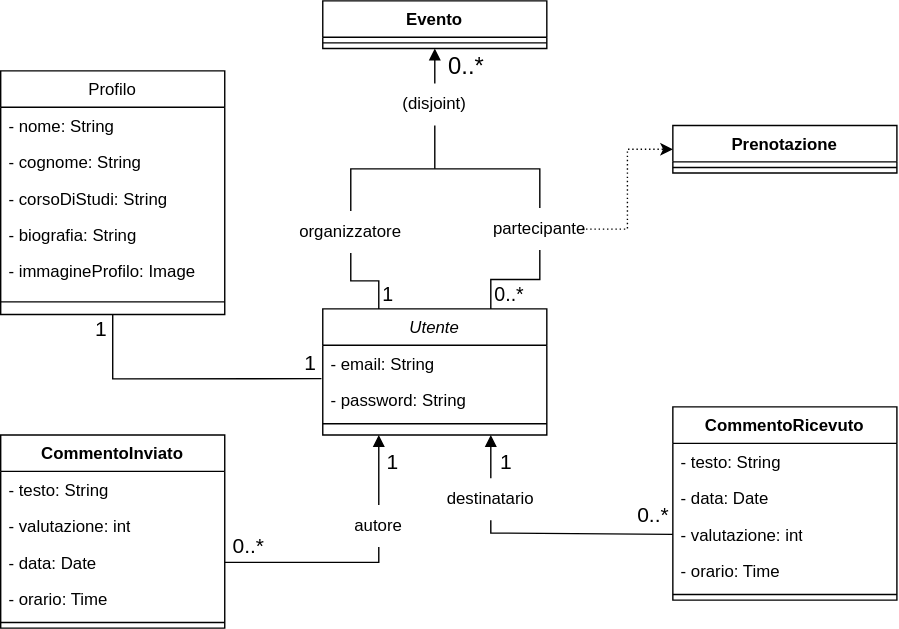
The draw.io diagram ModelliDominioDrawio/Utente.svg in federicoporpora/studyLink, before a commit. Source tidied: cells renumbered, new cells last; positions are measured from the earlier drawing's top-left corner, leaving out a move shared by most shapes.
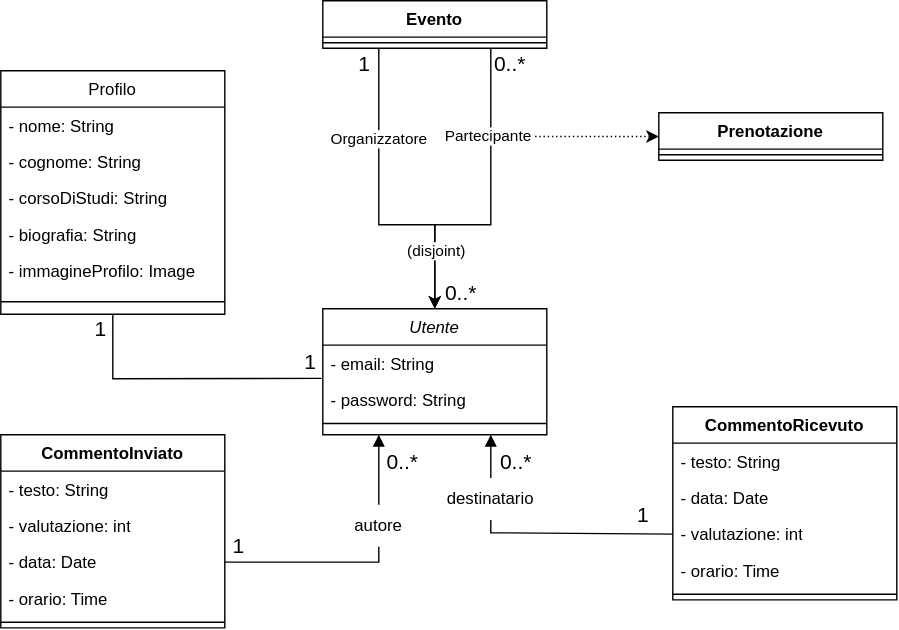
The same diagram one commit later.

Commit message:
aggiunta tutti drawio 1,0

The edit, as a diff of the source:
```diff
@@ -56,13 +56,13 @@
     <mxCell id="16" style="endArrow=block;endFill=1;html=1;edgeStyle=orthogonalEdgeStyle;align=left;verticalAlign=top;rounded=0;entryX=0.25;entryY=1;entryDx=0;entryDy=0;" parent="1" edge="1" source="39" target="2">
       <mxGeometry x="-1" relative="1" as="geometry" />
     </mxCell>
-    <mxCell id="17" value="&lt;font style=&quot;font-size: 15px;&quot;&gt;1&lt;/font&gt;" style="edgeLabel;html=1;align=left;verticalAlign=bottom;" parent="1" vertex="1">
+    <mxCell id="17" value="&lt;font style=&quot;font-size: 15px;&quot;&gt;0..*&lt;/font&gt;" style="edgeLabel;html=1;align=left;verticalAlign=bottom;" parent="1" vertex="1">
       <mxGeometry x="274" y="340" as="geometry" />
     </mxCell>
     <mxCell id="18" style="endArrow=block;endFill=1;html=1;edgeStyle=orthogonalEdgeStyle;align=left;verticalAlign=top;rounded=0;exitX=0.5;exitY=0;exitDx=0;exitDy=0;entryX=0.75;entryY=1;entryDx=0;entryDy=0;" parent="1" edge="1" source="36" target="2">
       <mxGeometry x="-1" relative="1" as="geometry" />
     </mxCell>
-    <mxCell id="19" value="1" style="edgeLabel;html=1;align=left;verticalAlign=bottom;fontSize=15;" parent="1" vertex="1">
+    <mxCell id="19" value="0..*" style="edgeLabel;html=1;align=left;verticalAlign=bottom;fontSize=15;" parent="1" vertex="1">
       <mxGeometry x="355" y="340" as="geometry" />
     </mxCell>
     <mxCell id="20" value="Evento" style="swimlane;fontStyle=1;align=center;verticalAlign=top;horizontal=1;startSize=26;whiteSpace=wrap;html=1;" parent="1" vertex="1">
@@ -71,51 +71,17 @@
     <mxCell id="21" style="line;strokeWidth=1;fillColor=none;align=left;verticalAlign=middle;spacingTop=-1;spacingLeft=3;spacingRight=3;labelPosition=right;strokeColor=inherit;" parent="20" vertex="1">
       <mxGeometry y="26" width="160" height="8" as="geometry" />
     </mxCell>
+    <mxCell id="54" style="edgeStyle=orthogonalEdgeStyle;rounded=0;jettySize=auto;html=1;exitX=0;exitY=0.5;exitDx=0;exitDy=0;endArrow=none;endFill=0;startArrow=classic;startFill=1;dashed=1;dashPattern=1 2;" parent="1" edge="1" source="22">
+      <mxGeometry relative="1" as="geometry">
+        <mxPoint x="380" y="97" as="targetPoint" />
+      </mxGeometry>
+    </mxCell>
     <mxCell id="22" value="Prenotazione" style="swimlane;fontStyle=1;align=center;verticalAlign=top;horizontal=1;startSize=26;whiteSpace=wrap;html=1;" parent="1" vertex="1">
-      <mxGeometry x="480" y="89" width="160" height="34" as="geometry" />
+      <mxGeometry x="470" y="80" width="160" height="34" as="geometry" />
     </mxCell>
     <mxCell id="23" style="line;strokeWidth=1;fillColor=none;align=left;verticalAlign=middle;spacingTop=-1;spacingLeft=3;spacingRight=3;labelPosition=right;strokeColor=inherit;" parent="22" vertex="1">
       <mxGeometry y="26" width="160" height="8" as="geometry" />
     </mxCell>
-    <mxCell id="24" style="endArrow=block;endFill=1;html=1;edgeStyle=orthogonalEdgeStyle;align=left;verticalAlign=top;rounded=0;entryX=0.5;entryY=1;entryDx=0;entryDy=0;" parent="1" edge="1" source="41" target="20">
-      <mxGeometry x="-1" relative="1" as="geometry" />
-    </mxCell>
-    <mxCell id="25" value="0..*" style="edgeLabel;html=1;align=left;verticalAlign=bottom;fontSize=17;" parent="1" vertex="1">
-      <mxGeometry x="318" y="59" as="geometry" />
-    </mxCell>
-    <mxCell id="26" style="endArrow=none;endFill=0;html=1;edgeStyle=orthogonalEdgeStyle;align=left;verticalAlign=top;rounded=0;exitX=0.25;exitY=0;exitDx=0;exitDy=0;entryX=0.5;entryY=1;entryDx=0;entryDy=0;" parent="1" edge="1" source="2" target="29">
-      <mxGeometry x="-1" relative="1" as="geometry" />
-    </mxCell>
-    <mxCell id="27" value="1" style="edgeLabel;html=1;align=left;verticalAlign=bottom;fontSize=14;" parent="26" vertex="1">
-      <mxGeometry x="-1" relative="1" as="geometry">
-        <mxPoint x="1" as="offset" />
-      </mxGeometry>
-    </mxCell>
-    <mxCell id="28" style="edgeStyle=orthogonalEdgeStyle;rounded=0;jettySize=auto;html=1;exitX=0.5;exitY=0;exitDx=0;exitDy=0;endArrow=none;endFill=0;entryX=0.5;entryY=0;entryDx=0;entryDy=0;" parent="1" edge="1" source="29" target="33">
-      <mxGeometry relative="1" as="geometry">
-        <Array as="points">
-          <mxPoint x="250" y="120" />
-          <mxPoint x="385" y="120" />
-        </Array>
-      </mxGeometry>
-    </mxCell>
-    <mxCell id="29" value="organizzatore" style="text;html=1;whiteSpace=wrap;strokeColor=none;fillColor=none;align=center;verticalAlign=middle;rounded=0;" parent="1" vertex="1">
-      <mxGeometry x="220" y="150" width="60" height="30" as="geometry" />
-    </mxCell>
-    <mxCell id="30" style="endArrow=none;endFill=0;html=1;edgeStyle=orthogonalEdgeStyle;align=left;verticalAlign=top;rounded=0;exitX=0.75;exitY=0;exitDx=0;exitDy=0;" parent="1" edge="1" source="2" target="33">
-      <mxGeometry x="-1" relative="1" as="geometry" />
-    </mxCell>
-    <mxCell id="31" value="0..*" style="edgeLabel;html=1;align=left;verticalAlign=bottom;fontSize=14;" parent="30" vertex="1">
-      <mxGeometry x="-1" relative="1" as="geometry">
-        <mxPoint x="1" as="offset" />
-      </mxGeometry>
-    </mxCell>
-    <mxCell id="32" style="edgeStyle=orthogonalEdgeStyle;rounded=0;jettySize=auto;html=1;exitX=1;exitY=0.5;exitDx=0;exitDy=0;dashed=1;dashPattern=1 2;entryX=0;entryY=0.5;entryDx=0;entryDy=0;" parent="1" edge="1" source="33" target="22">
-      <mxGeometry relative="1" as="geometry" />
-    </mxCell>
-    <mxCell id="33" value="partecipante" style="text;html=1;whiteSpace=wrap;strokeColor=none;fillColor=none;align=center;verticalAlign=middle;rounded=0;" parent="1" vertex="1">
-      <mxGeometry x="355" y="148" width="60" height="30" as="geometry" />
-    </mxCell>
     <mxCell id="34" style="endArrow=none;endFill=0;html=1;edgeStyle=orthogonalEdgeStyle;align=left;verticalAlign=top;rounded=0;exitX=0;exitY=0.5;exitDx=0;exitDy=0;entryX=0.5;entryY=1;entryDx=0;entryDy=0;" parent="1" edge="1">
       <mxGeometry x="-1" relative="1" as="geometry">
         <mxPoint x="480" y="381" as="sourcePoint" />
@@ -126,7 +92,7 @@
         </Array>
       </mxGeometry>
     </mxCell>
-    <mxCell id="35" value="&lt;font style=&quot;font-size: 15px;&quot;&gt;0..*&lt;/font&gt;" style="edgeLabel;html=1;align=left;verticalAlign=bottom;" parent="34" vertex="1">
+    <mxCell id="35" value="&lt;font style=&quot;font-size: 15px;&quot;&gt;1&lt;/font&gt;" style="edgeLabel;html=1;align=left;verticalAlign=bottom;" parent="34" vertex="1">
       <mxGeometry x="-1" relative="1" as="geometry">
         <mxPoint x="-27" y="-3" as="offset" />
       </mxGeometry>
@@ -137,7 +103,7 @@
     <mxCell id="37" style="endArrow=none;endFill=0;html=1;edgeStyle=orthogonalEdgeStyle;align=left;verticalAlign=top;rounded=0;exitX=1;exitY=0.5;exitDx=0;exitDy=0;entryX=0.5;entryY=1;entryDx=0;entryDy=0;" parent="1" edge="1" source="45" target="39">
       <mxGeometry x="-1" relative="1" as="geometry" />
     </mxCell>
-    <mxCell id="38" value="0..*" style="edgeLabel;html=1;align=left;verticalAlign=bottom;fontSize=15;" parent="37" vertex="1">
+    <mxCell id="38" value="1" style="edgeLabel;html=1;align=left;verticalAlign=bottom;fontSize=15;" parent="37" vertex="1">
       <mxGeometry x="-1" relative="1" as="geometry">
         <mxPoint x="4" y="-1" as="offset" />
       </mxGeometry>
@@ -145,14 +111,6 @@
     <mxCell id="39" value="autore" style="text;html=1;whiteSpace=wrap;strokeColor=none;fillColor=none;align=center;verticalAlign=middle;rounded=0;" parent="1" vertex="1">
       <mxGeometry x="240" y="360" width="60" height="30" as="geometry" />
     </mxCell>
-    <mxCell id="40" style="endArrow=none;endFill=0;html=1;edgeStyle=orthogonalEdgeStyle;align=left;verticalAlign=top;rounded=0;entryX=0.5;entryY=1;entryDx=0;entryDy=0;" parent="1" edge="1" target="41">
-      <mxGeometry x="-1" relative="1" as="geometry">
-        <mxPoint x="310" y="120" as="sourcePoint" />
-      </mxGeometry>
-    </mxCell>
-    <mxCell id="41" value="&lt;div&gt;&lt;span style=&quot;background-color: transparent; color: light-dark(rgb(0, 0, 0), rgb(255, 255, 255));&quot;&gt;(disjoint)&lt;/span&gt;&lt;/div&gt;" style="text;html=1;whiteSpace=wrap;strokeColor=none;fillColor=none;align=center;verticalAlign=middle;rounded=0;" parent="1" vertex="1">
-      <mxGeometry x="280" y="59" width="60" height="30" as="geometry" />
-    </mxCell>
     <mxCell id="42" value="CommentoInviato" style="swimlane;fontStyle=1;align=center;verticalAlign=top;horizontal=1;startSize=26;whiteSpace=wrap;html=1;" parent="1" vertex="1">
       <mxGeometry y="310" width="160" height="138" as="geometry" />
     </mxCell>
@@ -189,5 +147,45 @@
     <mxCell id="53" style="line;strokeWidth=1;fillColor=none;align=left;verticalAlign=middle;spacingTop=-1;spacingLeft=3;spacingRight=3;labelPosition=right;strokeColor=inherit;" parent="48" vertex="1">
       <mxGeometry y="130" width="160" height="8" as="geometry" />
     </mxCell>
+    <mxCell id="55" style="group;" parent="1" vertex="1">
+      <mxGeometry x="310" y="127" width="40" height="93" as="geometry" />
+    </mxCell>
+    <mxCell id="56" style="edgeStyle=orthogonalEdgeStyle;rounded=0;jettySize=auto;html=1;exitX=0.25;exitY=1;exitDx=0;exitDy=0;entryX=0.5;entryY=0;entryDx=0;entryDy=0;" parent="55" edge="1" source="20" target="2">
+      <mxGeometry relative="1" as="geometry">
+        <Array as="points">
+          <mxPoint x="-40" y="33" />
+          <mxPoint y="33" />
+        </Array>
+      </mxGeometry>
+    </mxCell>
+    <mxCell id="57" value="Organizzatore" style="edgeLabel;html=1;align=center;verticalAlign=middle;" parent="56" vertex="1">
+      <mxGeometry x="-0.43" relative="1" as="geometry" />
+    </mxCell>
+    <mxCell id="58" style="edgeStyle=orthogonalEdgeStyle;rounded=0;jettySize=auto;html=1;exitX=0.75;exitY=1;exitDx=0;exitDy=0;" parent="55" edge="1" source="20">
+      <mxGeometry relative="1" as="geometry">
+        <mxPoint y="93" as="targetPoint" />
+        <Array as="points">
+          <mxPoint x="40" y="33" />
+          <mxPoint y="33" />
+        </Array>
+      </mxGeometry>
+    </mxCell>
+    <mxCell id="59" value="Partecipante" style="edgeLabel;html=1;align=center;verticalAlign=middle;" parent="58" vertex="1">
+      <mxGeometry x="-0.44" y="-2" relative="1" as="geometry" />
+    </mxCell>
+    <mxCell id="41" value="(disjoint)" style="edgeLabel;html=1;align=center;verticalAlign=middle;points=[];" parent="58" vertex="1">
+      <mxGeometry x="0.71" y="1" relative="1" as="geometry">
+        <mxPoint y="-9" as="offset" />
+      </mxGeometry>
+    </mxCell>
+    <mxCell id="27" value="&lt;font style=&quot;font-size: 15px;&quot;&gt;1&lt;/font&gt;" style="text;html=1;whiteSpace=wrap;strokeColor=none;fillColor=none;align=center;verticalAlign=middle;rounded=0;" parent="1" vertex="1">
+      <mxGeometry x="230" y="30" width="60" height="30" as="geometry" />
+    </mxCell>
+    <mxCell id="60" value="&lt;font style=&quot;font-size: 15px;&quot;&gt;0..*&lt;/font&gt;" style="text;html=1;whiteSpace=wrap;strokeColor=none;fillColor=none;align=center;verticalAlign=middle;rounded=0;" parent="1" vertex="1">
+      <mxGeometry x="334" y="30" width="60" height="30" as="geometry" />
+    </mxCell>
+    <mxCell id="61" value="&lt;font style=&quot;font-size: 15px;&quot;&gt;0..*&lt;/font&gt;" style="text;html=1;whiteSpace=wrap;strokeColor=none;fillColor=none;align=center;verticalAlign=middle;rounded=0;" parent="1" vertex="1">
+      <mxGeometry x="299" y="193" width="60" height="30" as="geometry" />
+    </mxCell>
   </root>
 </mxGraphModel>
```
